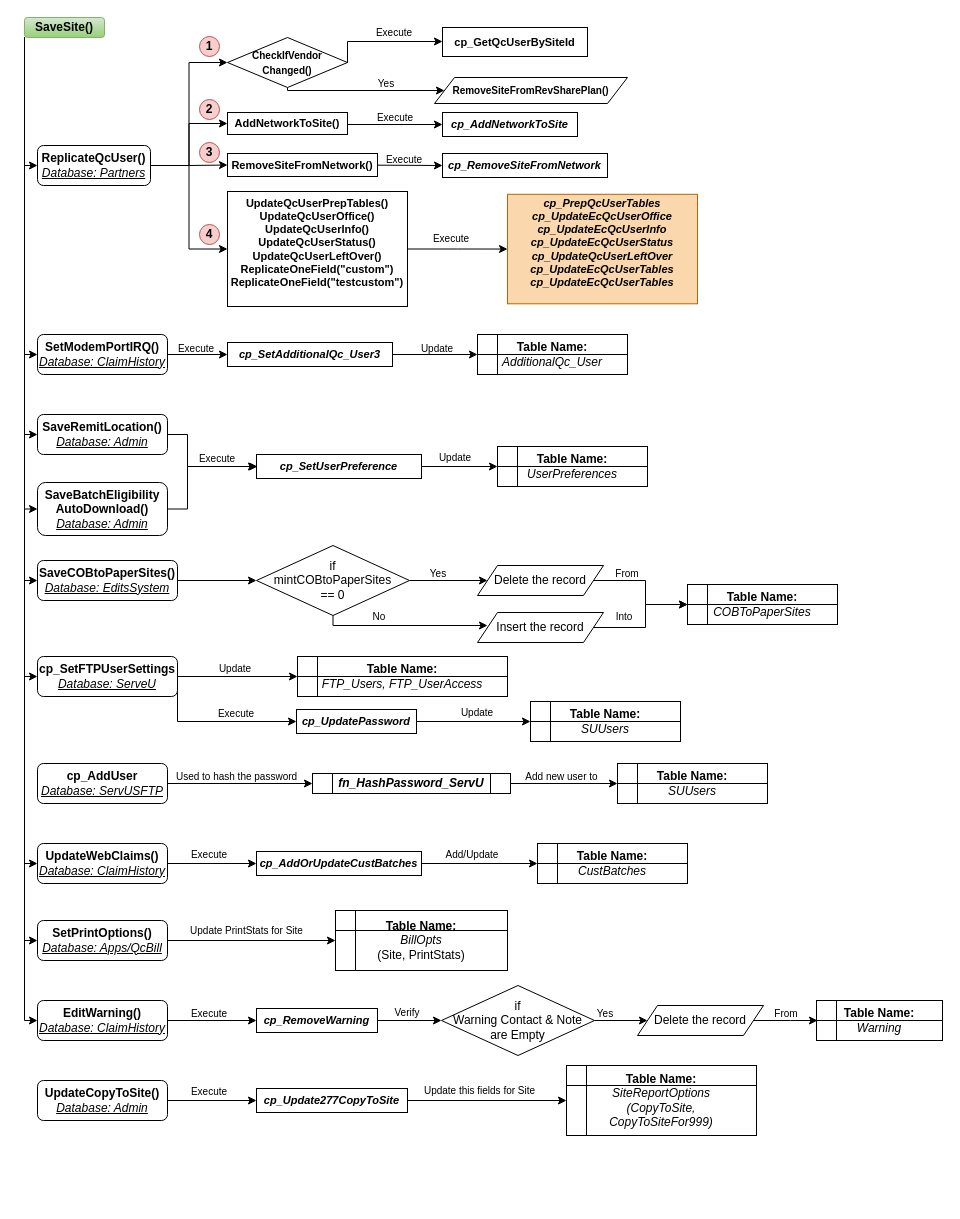
Akshay08ABC/Hello-World keeps this draw.io diagram as Untitled Diagram.drawio. Above is the earlier version. Source tidied: cells renumbered, new cells numbered last; positions are measured from the earlier drawing's top-left corner, leaving out a move shared by most shapes. Both pictures are drawn from the tidied source at 100%, with x=0, y=0 at pixel (24, 17).
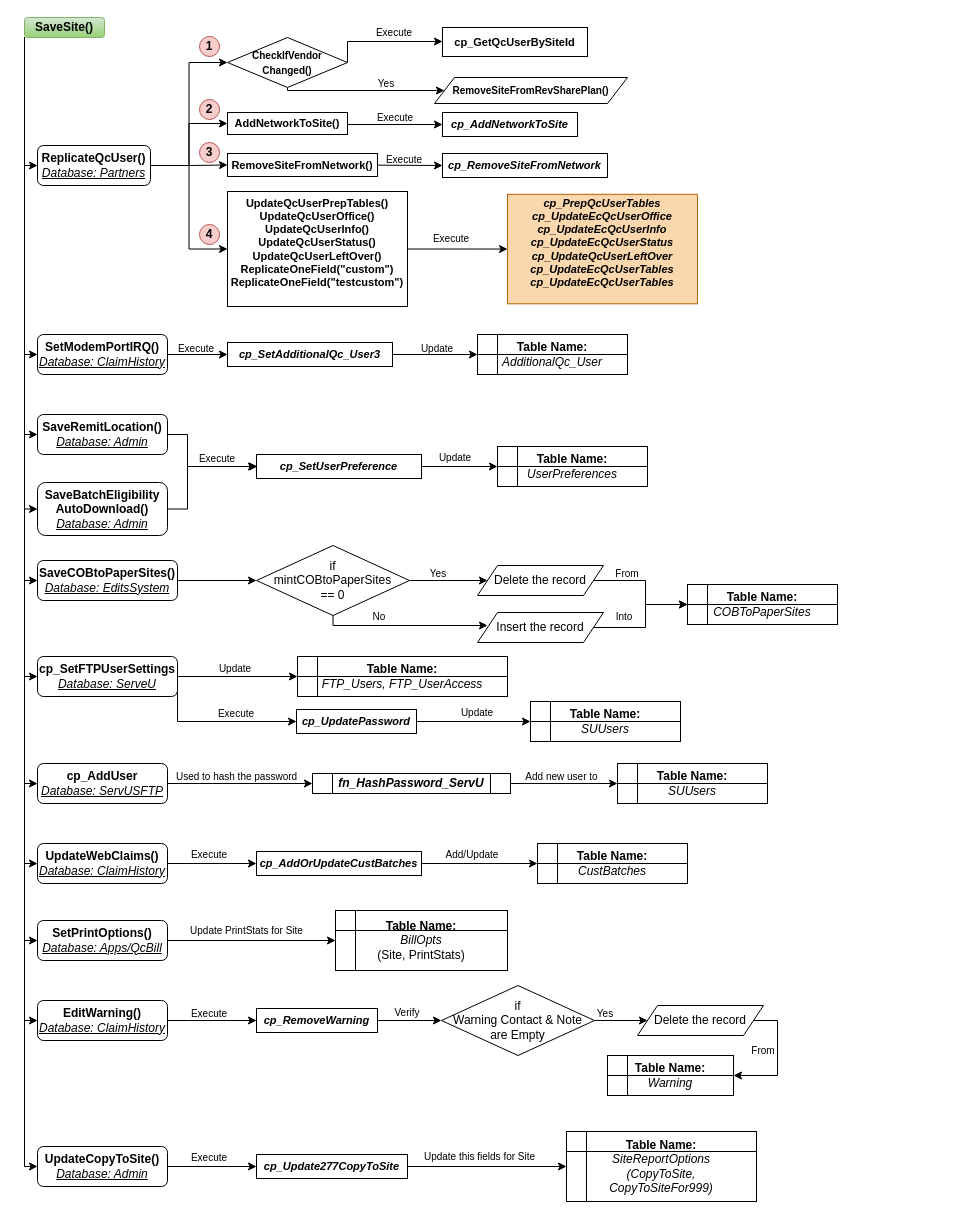
After the change.

Unchanged cells that the change refers to:
```xml
<mxCell id="11" value="&lt;b&gt;SaveSite()&lt;/b&gt;" style="rounded=1;whiteSpace=wrap;html=1;fillColor=#d5e8d4;strokeColor=#82b366;gradientColor=#97d077;" parent="1" vertex="1">
  <mxGeometry width="80" height="20" as="geometry" />
</mxCell>
<mxCell id="57" value="&lt;b&gt;cp_AddUser&lt;/b&gt;&lt;br&gt;&lt;i&gt;&lt;u&gt;Database: ServUSFTP&lt;/u&gt;&lt;/i&gt;" style="rounded=1;whiteSpace=wrap;html=1;" parent="1" vertex="1">
  <mxGeometry x="13" y="746" width="130" height="40" as="geometry" />
</mxCell>
<mxCell id="94" value="Delete the record" style="shape=parallelogram;perimeter=parallelogramPerimeter;whiteSpace=wrap;html=1;fixedSize=1;fontSize=12;" parent="1" vertex="1">
  <mxGeometry x="613" y="988" width="126" height="30" as="geometry" />
</mxCell>
```

Change to the diagram source:
```diff
@@
+    <mxCell id="118" style="edgeStyle=orthogonalEdgeStyle;rounded=0;jettySize=auto;html=1;exitX=0;exitY=1;exitDx=0;exitDy=0;entryX=0;entryY=0.5;entryDx=0;entryDy=0;fontSize=12;" parent="1" edge="1" source="11" target="57">
+      <mxGeometry relative="1" as="geometry">
+        <Array as="points">
+          <mxPoint y="766" />
+        </Array>
+      </mxGeometry>
+    </mxCell>
+    <mxCell id="119" style="edgeStyle=orthogonalEdgeStyle;rounded=0;jettySize=auto;html=1;exitX=0;exitY=1;exitDx=0;exitDy=0;entryX=0;entryY=0.5;entryDx=0;entryDy=0;fontSize=12;" parent="1" edge="1" source="11" target="65">
+      <mxGeometry relative="1" as="geometry">
+        <Array as="points">
+          <mxPoint y="1149" />
+        </Array>
+      </mxGeometry>
+    </mxCell>
@@
     <mxCell id="65" value="&lt;b&gt;UpdateCopyToSite()&lt;/b&gt;&lt;br&gt;&lt;i&gt;&lt;u&gt;Database: Admin&lt;/u&gt;&lt;/i&gt;" style="rounded=1;whiteSpace=wrap;html=1;" parent="1" vertex="1">
-      <mxGeometry x="13" y="1063" width="130" height="40" as="geometry" />
+      <mxGeometry x="13" y="1129" width="130" height="40" as="geometry" />
     </mxCell>
@@
     <mxCell id="90" value="&lt;b&gt;Table Name:&lt;/b&gt;&lt;br&gt;&lt;i&gt;Warning&lt;/i&gt;" style="shape=internalStorage;whiteSpace=wrap;html=1;backgroundOutline=1;fontSize=12;" parent="1" vertex="1">
-      <mxGeometry x="792" y="983" width="126" height="40" as="geometry" />
+      <mxGeometry x="583" y="1038" width="126" height="40" as="geometry" />
     </mxCell>
@@
-    <mxCell id="93" style="edgeStyle=orthogonalEdgeStyle;rounded=0;jettySize=auto;html=1;exitX=1;exitY=0.5;exitDx=0;exitDy=0;entryX=0;entryY=0.5;entryDx=0;entryDy=0;fontSize=12;" parent="1" edge="1" source="94">
-      <mxGeometry relative="1" as="geometry">
-        <mxPoint x="793" y="1003" as="targetPoint" />
-      </mxGeometry>
-    </mxCell>
+    <mxCell id="120" style="edgeStyle=orthogonalEdgeStyle;rounded=0;jettySize=auto;html=1;exitX=1;exitY=0.5;exitDx=0;exitDy=0;entryX=1;entryY=0.5;entryDx=0;entryDy=0;fontSize=12;" parent="1" edge="1" source="94" target="90">
+      <mxGeometry relative="1" as="geometry">
+        <Array as="points">
+          <mxPoint x="753" y="1003" />
+          <mxPoint x="753" y="1058" />
+        </Array>
+      </mxGeometry>
+    </mxCell>
@@
     <mxCell id="95" value="From" style="text;html=1;strokeColor=none;fillColor=none;align=center;verticalAlign=middle;whiteSpace=wrap;rounded=0;fontSize=10;" parent="1" vertex="1">
-      <mxGeometry x="732" y="981" width="60" height="30" as="geometry" />
+      <mxGeometry x="709" y="1018" width="60" height="30" as="geometry" />
     </mxCell>
@@
     <mxCell id="99" style="edgeStyle=orthogonalEdgeStyle;rounded=0;jettySize=auto;html=1;exitX=1;exitY=0.5;exitDx=0;exitDy=0;entryX=0;entryY=0.5;entryDx=0;entryDy=0;fontSize=12;" parent="1" edge="1" source="100">
       <mxGeometry relative="1" as="geometry">
-        <mxPoint x="542" y="1083" as="targetPoint" />
+        <mxPoint x="542" y="1149" as="targetPoint" />
       </mxGeometry>
     </mxCell>
     <mxCell id="100" value="&lt;b&gt;&lt;i&gt;cp_Update277CopyToSite&lt;/i&gt;&lt;/b&gt;" style="rounded=0;whiteSpace=wrap;html=1;fontSize=11;" parent="1" vertex="1">
-      <mxGeometry x="232" y="1071" width="151" height="24" as="geometry" />
+      <mxGeometry x="232" y="1137" width="151" height="24" as="geometry" />
     </mxCell>
     <mxCell id="101" value="&lt;b&gt;Table Name:&lt;/b&gt;&lt;br&gt;&lt;i&gt;SiteReportOptions&lt;br&gt;(CopyToSite,&lt;br&gt;CopyToSiteFor999)&lt;/i&gt;" style="shape=internalStorage;whiteSpace=wrap;html=1;backgroundOutline=1;fontSize=12;" parent="1" vertex="1">
-      <mxGeometry x="542" y="1048" width="190" height="70" as="geometry" />
+      <mxGeometry x="542" y="1114" width="190" height="70" as="geometry" />
     </mxCell>
     <mxCell id="102" value="Execute" style="text;html=1;strokeColor=none;fillColor=none;align=center;verticalAlign=middle;whiteSpace=wrap;rounded=0;fontSize=10;" parent="1" vertex="1">
-      <mxGeometry x="155" y="1059" width="60" height="30" as="geometry" />
+      <mxGeometry x="155" y="1125" width="60" height="30" as="geometry" />
     </mxCell>
     <mxCell id="103" value="Update this fields for Site" style="text;html=1;strokeColor=none;fillColor=none;align=center;verticalAlign=middle;whiteSpace=wrap;rounded=0;fontSize=10;" parent="1" vertex="1">
-      <mxGeometry x="398" y="1058" width="115" height="30" as="geometry" />
+      <mxGeometry x="398" y="1124" width="115" height="30" as="geometry" />
     </mxCell>
```
